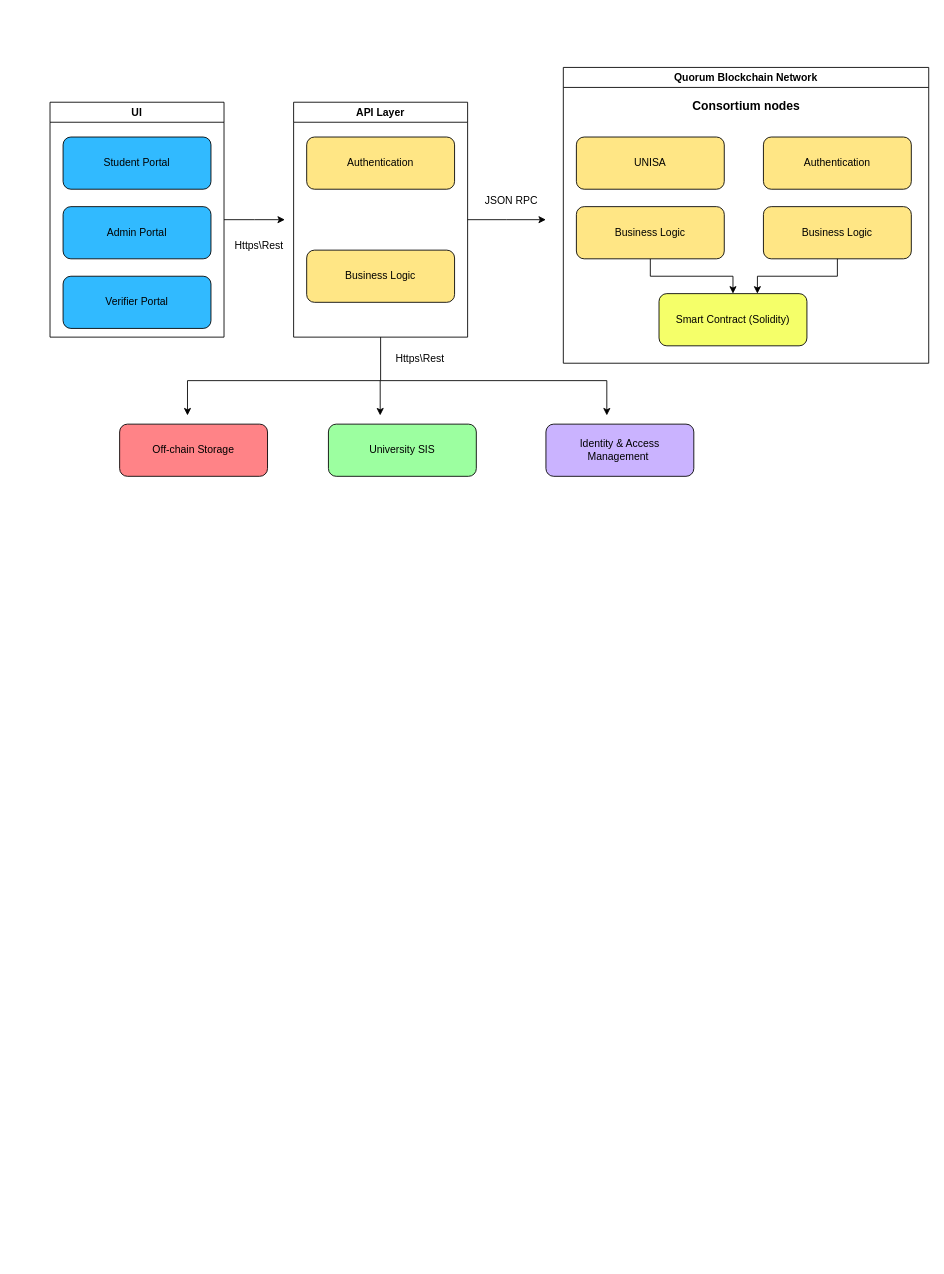
Above: Untitled Diagram.drawio in SifisoMzansi/architecture-diagrams (draw.io), before the change. Source tidied: cells renumbered, new cells numbered last; positions are measured from the earlier drawing's top-left corner, leaving out a move shared by most shapes. Both pictures are drawn from the tidied source at 87%, with x=0, y=0 at pixel (15, 32).
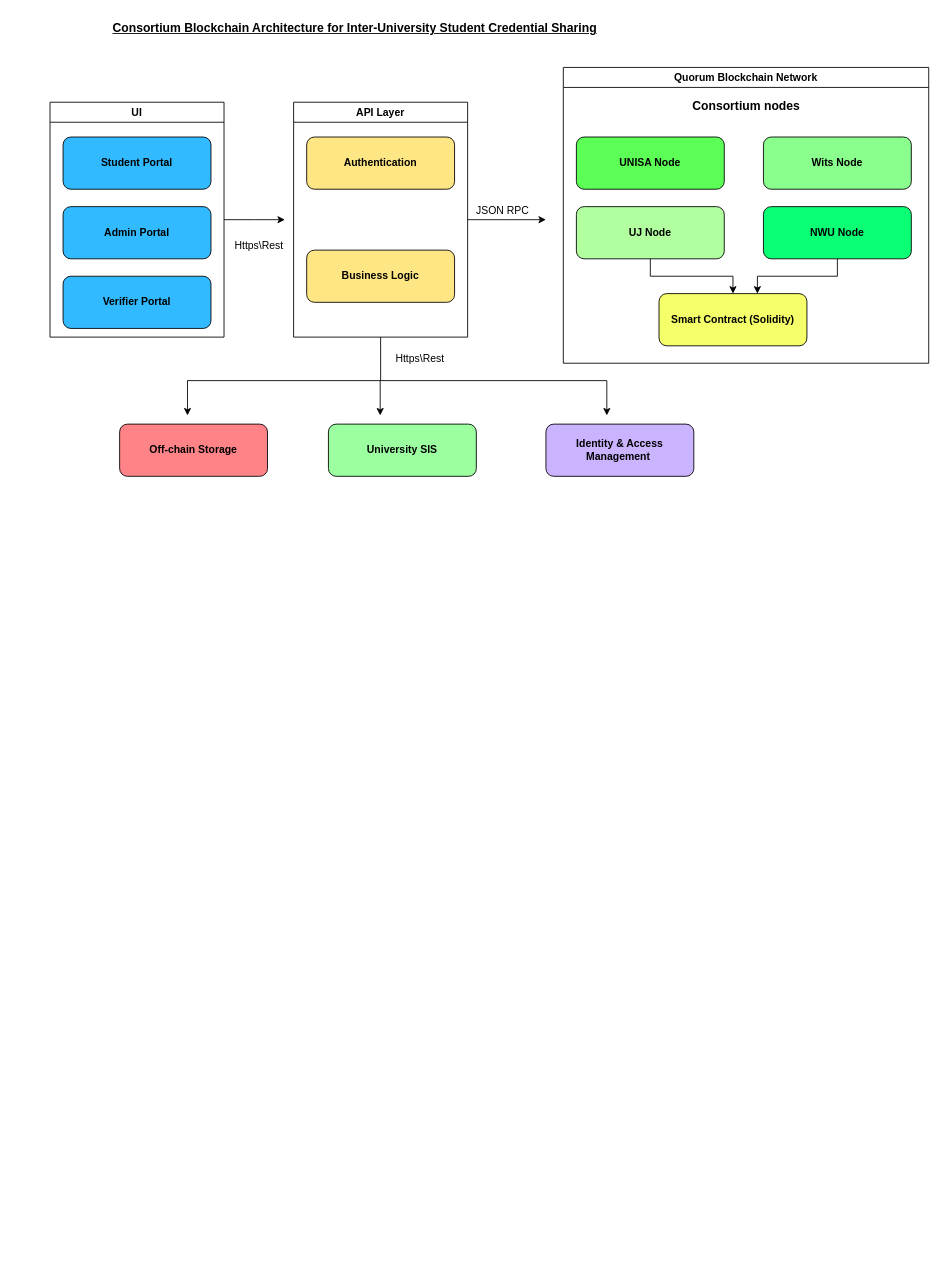
After the change.

Unchanged cells that the change refers to:
```xml
<mxCell id="4" value="UI" style="swimlane;whiteSpace=wrap;html=1;" parent="1" vertex="1">
  <mxGeometry x="40" y="80" width="200" height="270" as="geometry" />
</mxCell>
<mxCell id="9" value="API Layer" style="swimlane;whiteSpace=wrap;html=1;" parent="1" vertex="1">
  <mxGeometry x="320" y="80" width="200" height="270" as="geometry" />
</mxCell>
<mxCell id="12" value="Quorum Blockchain Network" style="swimlane;whiteSpace=wrap;html=1;" parent="1" vertex="1">
  <mxGeometry x="630" y="40" width="420" height="340" as="geometry" />
</mxCell>
```

The edit, as a diff of the source:
```diff
@@
-    <mxCell id="5" value="Student Portal" style="rounded=1;whiteSpace=wrap;html=1;fillColor=#31BAFF;" parent="4" vertex="1">
+    <mxCell id="5" value="&lt;b&gt;Student Portal&lt;/b&gt;" style="rounded=1;whiteSpace=wrap;html=1;fillColor=#31BAFF;" parent="4" vertex="1">
       <mxGeometry x="15" y="40" width="170" height="60" as="geometry" />
     </mxCell>
-    <mxCell id="6" value="Admin Portal" style="rounded=1;whiteSpace=wrap;html=1;fillColor=#31BAFF;" parent="4" vertex="1">
+    <mxCell id="6" value="&lt;b&gt;Admin Portal&lt;/b&gt;" style="rounded=1;whiteSpace=wrap;html=1;fillColor=#31BAFF;" parent="4" vertex="1">
       <mxGeometry x="15" y="120" width="170" height="60" as="geometry" />
     </mxCell>
-    <mxCell id="7" value="Verifier Portal" style="rounded=1;whiteSpace=wrap;html=1;fillColor=#31BAFF;" parent="4" vertex="1">
+    <mxCell id="7" value="&lt;b&gt;Verifier Portal&lt;/b&gt;" style="rounded=1;whiteSpace=wrap;html=1;fillColor=#31BAFF;" parent="4" vertex="1">
       <mxGeometry x="15" y="200" width="170" height="60" as="geometry" />
     </mxCell>
@@
-    <mxCell id="10" value="Authentication" style="rounded=1;whiteSpace=wrap;html=1;fillColor=#FFE685;" parent="9" vertex="1">
+    <mxCell id="10" value="&lt;b&gt;Authentication&lt;/b&gt;" style="rounded=1;whiteSpace=wrap;html=1;fillColor=#FFE685;" parent="9" vertex="1">
       <mxGeometry x="15" y="40" width="170" height="60" as="geometry" />
     </mxCell>
-    <mxCell id="11" value="Business Logic" style="rounded=1;whiteSpace=wrap;html=1;fillColor=#FFE685;" parent="9" vertex="1">
+    <mxCell id="11" value="&lt;b&gt;Business Logic&lt;/b&gt;" style="rounded=1;whiteSpace=wrap;html=1;fillColor=#FFE685;" parent="9" vertex="1">
       <mxGeometry x="15" y="170" width="170" height="60" as="geometry" />
     </mxCell>
@@
-    <mxCell id="13" value="UNISA" style="rounded=1;whiteSpace=wrap;html=1;fillColor=#FFE685;" parent="12" vertex="1">
+    <mxCell id="13" value="&lt;b&gt;UNISA Node&lt;/b&gt;" style="rounded=1;whiteSpace=wrap;html=1;fillColor=#5BFF55;" parent="12" vertex="1">
       <mxGeometry x="15" y="80" width="170" height="60" as="geometry" />
     </mxCell>
@@
-    <mxCell id="15" value="Business Logic" style="rounded=1;whiteSpace=wrap;html=1;fillColor=#FFE685;" parent="12" vertex="1">
+    <mxCell id="15" value="&lt;b&gt;UJ Node&lt;/b&gt;" style="rounded=1;whiteSpace=wrap;html=1;fillColor=#B2FF9F;" parent="12" vertex="1">
       <mxGeometry x="15" y="160" width="170" height="60" as="geometry" />
     </mxCell>
-    <mxCell id="16" value="Authentication" style="rounded=1;whiteSpace=wrap;html=1;fillColor=#FFE685;" parent="12" vertex="1">
+    <mxCell id="16" value="&lt;b&gt;Wits Node&lt;/b&gt;" style="rounded=1;whiteSpace=wrap;html=1;fillColor=#8AFF8E;" parent="12" vertex="1">
       <mxGeometry x="230" y="80" width="170" height="60" as="geometry" />
     </mxCell>
-    <mxCell id="17" value="Business Logic" style="rounded=1;whiteSpace=wrap;html=1;fillColor=#FFE685;" parent="12" vertex="1">
+    <mxCell id="17" value="&lt;b&gt;NWU Node&lt;/b&gt;" style="rounded=1;whiteSpace=wrap;html=1;fillColor=#0BFF75;" parent="12" vertex="1">
       <mxGeometry x="230" y="160" width="170" height="60" as="geometry" />
     </mxCell>
@@
-    <mxCell id="19" value="Smart Contract (Solidity)" style="rounded=1;whiteSpace=wrap;html=1;fillColor=#F5FF69;" parent="12" vertex="1">
+    <mxCell id="19" value="&lt;b&gt;Smart Contract (Solidity)&lt;/b&gt;" style="rounded=1;whiteSpace=wrap;html=1;fillColor=#F5FF69;" parent="12" vertex="1">
       <mxGeometry x="110" y="260" width="170" height="60" as="geometry" />
     </mxCell>
@@
-    <mxCell id="21" value="Off-chain Storage" style="rounded=1;whiteSpace=wrap;html=1;fillColor=#FF8387;" parent="1" vertex="1">
+    <mxCell id="21" value="&lt;b&gt;Off-chain Storage&lt;/b&gt;" style="rounded=1;whiteSpace=wrap;html=1;fillColor=#FF8387;" parent="1" vertex="1">
       <mxGeometry x="120" y="450" width="170" height="60" as="geometry" />
     </mxCell>
-    <mxCell id="22" value="Identity &amp;amp; Access Management&amp;nbsp;" style="rounded=1;whiteSpace=wrap;html=1;fillColor=#CAB3FF;" parent="1" vertex="1">
+    <mxCell id="22" value="&lt;b&gt;Identity &amp;amp; Access Management&amp;nbsp;&lt;/b&gt;" style="rounded=1;whiteSpace=wrap;html=1;fillColor=#CAB3FF;" parent="1" vertex="1">
       <mxGeometry x="610" y="450" width="170" height="60" as="geometry" />
     </mxCell>
-    <mxCell id="23" value="University SIS" style="rounded=1;whiteSpace=wrap;html=1;fillColor=#9CFFA0;" parent="1" vertex="1">
+    <mxCell id="23" value="&lt;b&gt;University SIS&lt;/b&gt;" style="rounded=1;whiteSpace=wrap;html=1;fillColor=#9CFFA0;" parent="1" vertex="1">
       <mxGeometry x="360" y="450" width="170" height="60" as="geometry" />
     </mxCell>
@@
     <mxCell id="28" value="JSON RPC" style="text;html=1;align=center;verticalAlign=middle;strokeColor=none;fillColor=none;" parent="1" vertex="1">
-      <mxGeometry x="530" y="178" width="80" height="30" as="geometry" />
+      <mxGeometry x="520" y="190" width="80" height="30" as="geometry" />
     </mxCell>
@@
+    <mxCell id="31" value="&lt;b&gt;&lt;u&gt;&lt;font style=&quot;font-size: 14px;&quot;&gt;Consortium Blockchain Architecture for Inter-University Student Credential Sharing&lt;/font&gt;&lt;/u&gt;&lt;/b&gt;" style="text;html=1;align=center;verticalAlign=middle;strokeColor=none;fillColor=none;" parent="1" vertex="1">
+      <mxGeometry x="100" y="-20" width="580" height="30" as="geometry" />
+    </mxCell>
```
